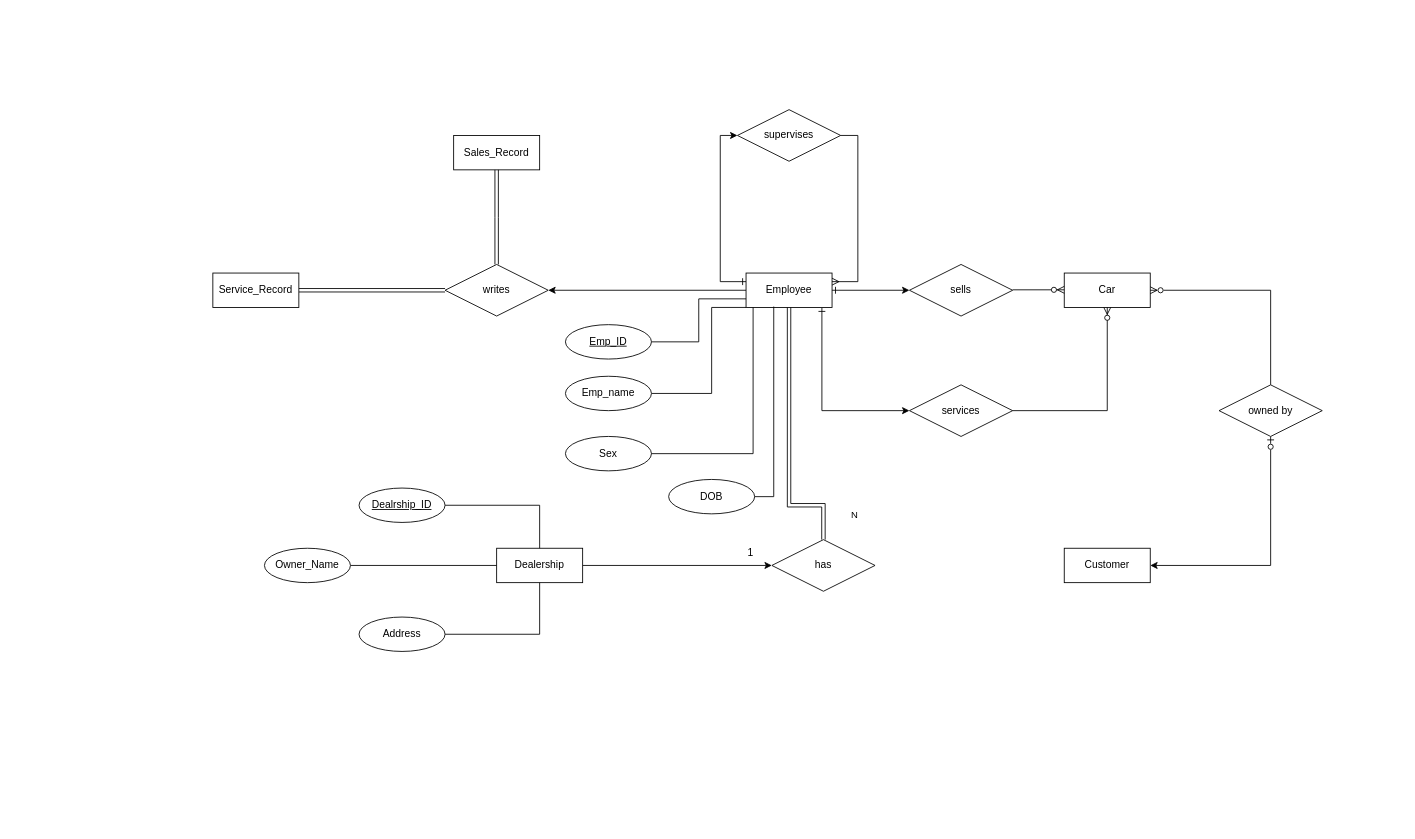
Before: Sales_ERD.drawio in Coder-X15/Bike-Company-Management-System, a draw.io diagram. Source tidied: cells renumbered, new cells numbered last; positions are measured from the earlier drawing's top-left corner, leaving out a move shared by most shapes. Both pictures are drawn from the tidied source at 86%, with x=0, y=0 at pixel (212, 109).
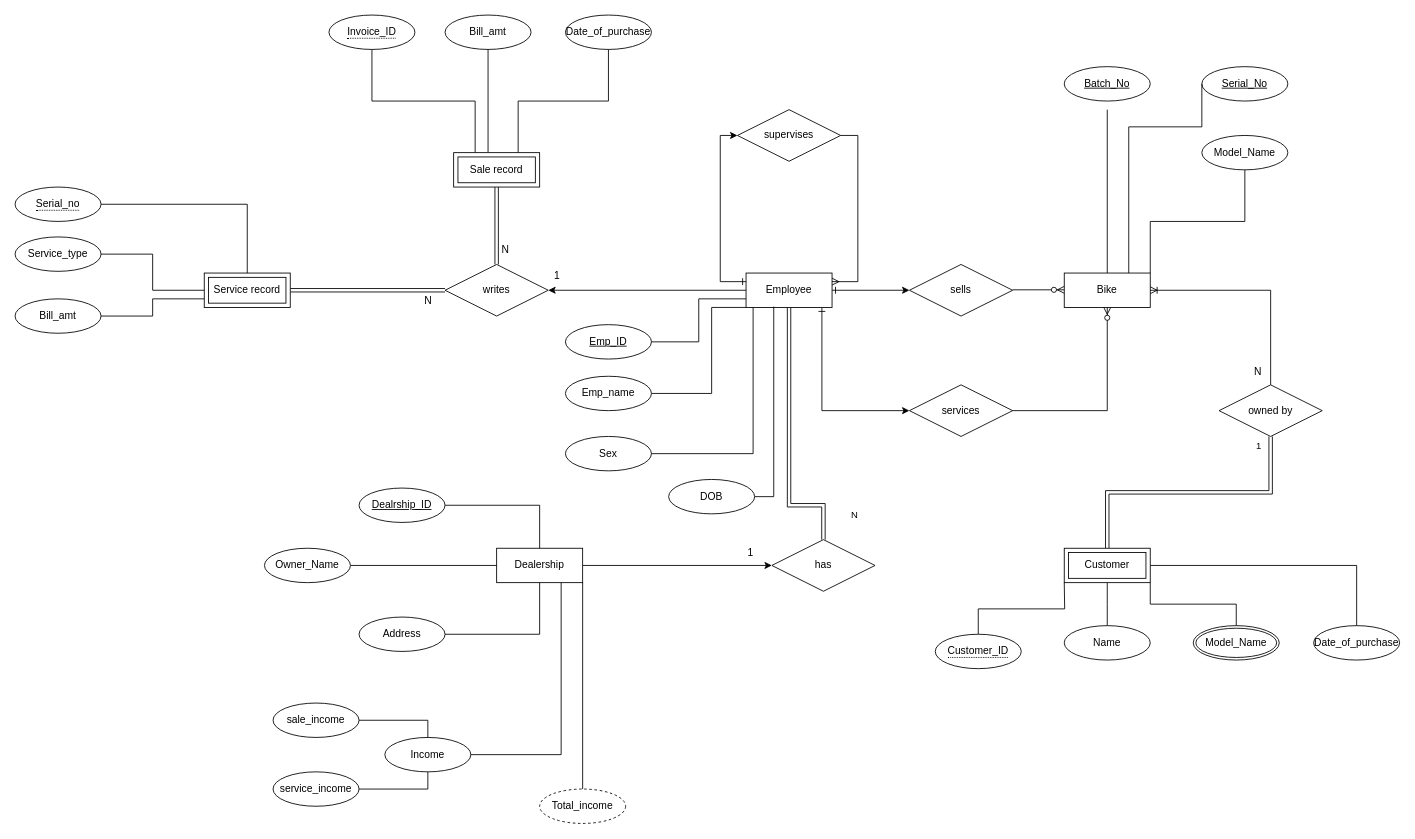
The same page after the edit.

The change refers to these unchanged cells:
```xml
<mxCell id="3" value="Dealership" style="whiteSpace=wrap;html=1;align=center;" parent="1" vertex="1">
  <mxGeometry x="330" y="510" width="100" height="40" as="geometry" />
</mxCell>
<mxCell id="21" value="owned by" style="shape=rhombus;perimeter=rhombusPerimeter;whiteSpace=wrap;html=1;align=center;" parent="1" vertex="1">
  <mxGeometry x="1170" y="320" width="120" height="60" as="geometry" />
</mxCell>
<mxCell id="24" value="writes" style="shape=rhombus;perimeter=rhombusPerimeter;whiteSpace=wrap;html=1;align=center;" parent="1" vertex="1">
  <mxGeometry x="270" y="180" width="120" height="60" as="geometry" />
</mxCell>
```

Change to the diagram source:
```diff
@@
-    <mxCell id="4" style="edgeStyle=orthogonalEdgeStyle;rounded=0;jettySize=auto;html=1;exitX=0.5;exitY=1;exitDx=0;exitDy=0;entryX=1;entryY=0.5;entryDx=0;entryDy=0;startArrow=ERzeroToOne;startFill=0;" parent="1" edge="1" source="21" target="5">
+    <mxCell id="4" style="edgeStyle=orthogonalEdgeStyle;rounded=0;jettySize=auto;html=1;exitX=0.5;exitY=1;exitDx=0;exitDy=0;entryX=0.5;entryY=0;entryDx=0;entryDy=0;startArrow=ERzeroToOne;startFill=0;shape=link;" parent="1" edge="1" source="21" target="5">
       <mxGeometry relative="1" as="geometry" />
     </mxCell>
-    <mxCell id="5" value="Customer" style="whiteSpace=wrap;html=1;align=center;" parent="1" vertex="1">
-      <mxGeometry x="990" y="510" width="100" height="40" as="geometry" />
-    </mxCell>
+    <mxCell id="43" value="1" style="edgeLabel;html=1;align=center;verticalAlign=middle;" parent="4" vertex="1">
+      <mxGeometry x="0.74" y="-39" relative="1" as="geometry">
+        <mxPoint x="214" y="-78" as="offset" />
+      </mxGeometry>
+    </mxCell>
@@
-    <mxCell id="11" value="Car" style="whiteSpace=wrap;html=1;align=center;" parent="1" vertex="1">
+    <mxCell id="11" value="Bike" style="whiteSpace=wrap;html=1;align=center;" parent="1" vertex="1">
       <mxGeometry x="990" y="190" width="100" height="40" as="geometry" />
     </mxCell>
-    <mxCell id="12" value="Sales_Record" style="whiteSpace=wrap;html=1;align=center;" parent="1" vertex="1">
-      <mxGeometry x="280" y="30" width="100" height="40" as="geometry" />
-    </mxCell>
@@
-    <mxCell id="20" style="edgeStyle=orthogonalEdgeStyle;rounded=0;jettySize=auto;html=1;exitX=0.5;exitY=0;exitDx=0;exitDy=0;entryX=1;entryY=0.5;entryDx=0;entryDy=0;endArrow=ERzeroToMany;endFill=0;" parent="1" edge="1" source="21" target="11">
+    <mxCell id="20" style="edgeStyle=orthogonalEdgeStyle;rounded=0;jettySize=auto;html=1;exitX=0.5;exitY=0;exitDx=0;exitDy=0;entryX=1;entryY=0.5;entryDx=0;entryDy=0;endArrow=ERoneToMany;endFill=0;startArrow=none;startFill=0;" parent="1" edge="1" source="21" target="11">
       <mxGeometry relative="1" as="geometry" />
     </mxCell>
@@
-    <mxCell id="22" style="edgeStyle=orthogonalEdgeStyle;rounded=0;jettySize=auto;html=1;exitX=0.5;exitY=0;exitDx=0;exitDy=0;shape=link;endWidth=11;" parent="1" edge="1" source="24">
-      <mxGeometry relative="1" as="geometry">
-        <mxPoint x="330" y="70" as="targetPoint" />
-      </mxGeometry>
+    <mxCell id="22" style="edgeStyle=orthogonalEdgeStyle;rounded=0;jettySize=auto;html=1;exitX=0.5;exitY=0;exitDx=0;exitDy=0;shape=link;endWidth=11;entryX=0.5;entryY=1;entryDx=0;entryDy=0;" parent="1" edge="1" source="24" target="68">
+      <mxGeometry relative="1" as="geometry" />
     </mxCell>
-    <mxCell id="23" style="edgeStyle=orthogonalEdgeStyle;rounded=0;jettySize=auto;html=1;exitX=0;exitY=0.5;exitDx=0;exitDy=0;shape=link;endWidth=18;" parent="1" edge="1" source="24" target="25">
+    <mxCell id="23" style="edgeStyle=orthogonalEdgeStyle;rounded=0;jettySize=auto;html=1;exitX=0;exitY=0.5;exitDx=0;exitDy=0;shape=link;endWidth=18;entryX=1;entryY=0.5;entryDx=0;entryDy=0;" parent="1" edge="1" source="24" target="69">
       <mxGeometry relative="1" as="geometry" />
     </mxCell>
@@
-    <mxCell id="25" value="Service_Record" style="whiteSpace=wrap;html=1;align=center;" parent="1" vertex="1">
-      <mxGeometry y="190" width="100" height="40" as="geometry" />
-    </mxCell>
@@
+    <mxCell id="44" style="edgeStyle=orthogonalEdgeStyle;rounded=0;jettySize=auto;html=1;exitX=0.5;exitY=0;exitDx=0;exitDy=0;entryX=0;entryY=1;entryDx=0;entryDy=0;endArrow=none;endFill=0;" parent="1" edge="1" source="54">
+      <mxGeometry relative="1" as="geometry">
+        <mxPoint x="990" y="550" as="targetPoint" />
+      </mxGeometry>
+    </mxCell>
+    <mxCell id="45" style="edgeStyle=orthogonalEdgeStyle;rounded=0;jettySize=auto;html=1;exitX=0.5;exitY=0;exitDx=0;exitDy=0;entryX=0.5;entryY=1;entryDx=0;entryDy=0;endArrow=none;endFill=0;" parent="1" edge="1" source="46">
+      <mxGeometry relative="1" as="geometry">
+        <mxPoint x="1040" y="550" as="targetPoint" />
+      </mxGeometry>
+    </mxCell>
+    <mxCell id="46" value="Name" style="ellipse;whiteSpace=wrap;html=1;align=center;" parent="1" vertex="1">
+      <mxGeometry x="990" y="600" width="100" height="40" as="geometry" />
+    </mxCell>
+    <mxCell id="47" value="N" style="text;html=1;align=center;verticalAlign=middle;strokeColor=none;fillColor=none;" parent="1" vertex="1">
+      <mxGeometry x="1200" y="290" width="30" height="30" as="geometry" />
+    </mxCell>
+    <mxCell id="5" value="Customer" style="shape=ext;margin=3;double=1;whiteSpace=wrap;html=1;align=center;" parent="1" vertex="1">
+      <mxGeometry x="990" y="510" width="100" height="40" as="geometry" />
+    </mxCell>
+    <mxCell id="48" value="Serial_No" style="ellipse;whiteSpace=wrap;html=1;align=center;fontStyle=4;" parent="1" vertex="1">
+      <mxGeometry x="1150" y="-50" width="100" height="40" as="geometry" />
+    </mxCell>
+    <mxCell id="49" value="Model_Name" style="ellipse;whiteSpace=wrap;html=1;align=center;" parent="1" vertex="1">
+      <mxGeometry x="1150" y="30" width="100" height="40" as="geometry" />
+    </mxCell>
+    <mxCell id="50" value="Batch_No" style="ellipse;whiteSpace=wrap;html=1;align=center;fontStyle=4;" parent="1" vertex="1">
+      <mxGeometry x="990" y="-50" width="100" height="40" as="geometry" />
+    </mxCell>
+    <mxCell id="51" style="endArrow=none;html=1;rounded=0;exitX=0.5;exitY=0;exitDx=0;exitDy=0;" parent="1" edge="1" source="11">
+      <mxGeometry relative="1" as="geometry">
+        <mxPoint x="1040" as="targetPoint" />
+      </mxGeometry>
+    </mxCell>
+    <mxCell id="52" style="endArrow=none;html=1;rounded=0;exitX=0.75;exitY=0;exitDx=0;exitDy=0;entryX=0;entryY=0.5;entryDx=0;entryDy=0;edgeStyle=orthogonalEdgeStyle;" parent="1" edge="1" source="11" target="48">
+      <mxGeometry relative="1" as="geometry">
+        <Array as="points">
+          <mxPoint x="1065" y="20" />
+          <mxPoint x="1150" y="20" />
+        </Array>
+      </mxGeometry>
+    </mxCell>
+    <mxCell id="53" style="endArrow=none;html=1;rounded=0;exitX=1;exitY=0;exitDx=0;exitDy=0;entryX=0.5;entryY=1;entryDx=0;entryDy=0;edgeStyle=orthogonalEdgeStyle;" parent="1" edge="1" source="11" target="49">
+      <mxGeometry relative="1" as="geometry" />
+    </mxCell>
+    <mxCell id="54" value="&lt;span style=&quot;border-bottom: 1px dotted&quot;&gt;Customer_ID&lt;/span&gt;" style="ellipse;whiteSpace=wrap;html=1;align=center;" parent="1" vertex="1">
+      <mxGeometry x="840" y="610" width="100" height="40" as="geometry" />
+    </mxCell>
+    <mxCell id="55" value="Model_Name" style="ellipse;shape=doubleEllipse;margin=3;whiteSpace=wrap;html=1;align=center;" parent="1" vertex="1">
+      <mxGeometry x="1140" y="600" width="100" height="40" as="geometry" />
+    </mxCell>
+    <mxCell id="56" style="endArrow=none;html=1;rounded=0;entryX=0.5;entryY=0;entryDx=0;entryDy=0;exitX=1;exitY=1;exitDx=0;exitDy=0;edgeStyle=orthogonalEdgeStyle;" parent="1" edge="1" source="5" target="55">
+      <mxGeometry relative="1" as="geometry" />
+    </mxCell>
+    <mxCell id="57" value="Date_of_purchase" style="ellipse;whiteSpace=wrap;html=1;align=center;" parent="1" vertex="1">
+      <mxGeometry x="1280" y="600" width="100" height="40" as="geometry" />
+    </mxCell>
+    <mxCell id="58" style="endArrow=none;html=1;rounded=0;exitX=1;exitY=0.5;exitDx=0;exitDy=0;entryX=0.5;entryY=0;entryDx=0;entryDy=0;edgeStyle=orthogonalEdgeStyle;" parent="1" edge="1" source="5" target="57">
+      <mxGeometry relative="1" as="geometry" />
+    </mxCell>
+    <mxCell id="59" value="N" style="text;html=1;align=center;verticalAlign=middle;strokeColor=none;fillColor=none;" parent="1" vertex="1">
+      <mxGeometry x="325" y="148" width="30" height="30" as="geometry" />
+    </mxCell>
+    <mxCell id="60" value="N" style="text;html=1;align=center;verticalAlign=middle;strokeColor=none;fillColor=none;" parent="1" vertex="1">
+      <mxGeometry x="235" y="208" width="30" height="30" as="geometry" />
+    </mxCell>
+    <mxCell id="61" value="1" style="text;html=1;align=center;verticalAlign=middle;strokeColor=none;fillColor=none;" parent="1" vertex="1">
+      <mxGeometry x="385" y="178" width="30" height="30" as="geometry" />
+    </mxCell>
+    <mxCell id="62" value="Bill_amt" style="ellipse;whiteSpace=wrap;html=1;align=center;" parent="1" vertex="1">
+      <mxGeometry x="270" y="-110" width="100" height="40" as="geometry" />
+    </mxCell>
+    <mxCell id="63" value="Date_of_purchase" style="ellipse;whiteSpace=wrap;html=1;align=center;" parent="1" vertex="1">
+      <mxGeometry x="410" y="-110" width="100" height="40" as="geometry" />
+    </mxCell>
+    <mxCell id="64" style="endArrow=none;html=1;rounded=0;exitX=0.5;exitY=1;exitDx=0;exitDy=0;entryX=0.4;entryY=0;entryDx=0;entryDy=0;edgeStyle=orthogonalEdgeStyle;entryPerimeter=0;" parent="1" edge="1" source="62" target="68">
+      <mxGeometry relative="1" as="geometry" />
+    </mxCell>
+    <mxCell id="65" style="endArrow=none;html=1;rounded=0;entryX=0.5;entryY=1;entryDx=0;entryDy=0;edgeStyle=orthogonalEdgeStyle;exitX=0.75;exitY=0;exitDx=0;exitDy=0;" parent="1" edge="1" source="68" target="63">
+      <mxGeometry relative="1" as="geometry" />
+    </mxCell>
+    <mxCell id="66" style="endArrow=none;html=1;rounded=0;entryX=0.25;entryY=0;entryDx=0;entryDy=0;exitX=0.5;exitY=1;exitDx=0;exitDy=0;edgeStyle=orthogonalEdgeStyle;" parent="1" edge="1" source="67" target="68">
+      <mxGeometry relative="1" as="geometry" />
+    </mxCell>
+    <mxCell id="67" value="&lt;span style=&quot;border-bottom: 1px dotted&quot;&gt;Invoice_ID&lt;/span&gt;" style="ellipse;whiteSpace=wrap;html=1;align=center;" parent="1" vertex="1">
+      <mxGeometry x="135" y="-110" width="100" height="40" as="geometry" />
+    </mxCell>
+    <mxCell id="68" value="Sale record" style="shape=ext;margin=3;double=1;whiteSpace=wrap;html=1;align=center;" parent="1" vertex="1">
+      <mxGeometry x="280" y="50" width="100" height="40" as="geometry" />
+    </mxCell>
+    <mxCell id="69" value="Service record" style="shape=ext;margin=3;double=1;whiteSpace=wrap;html=1;align=center;" parent="1" vertex="1">
+      <mxGeometry x="-10" y="190" width="100" height="40" as="geometry" />
+    </mxCell>
+    <mxCell id="70" value="&lt;span style=&quot;border-bottom: 1px dotted&quot;&gt;Serial_no&lt;/span&gt;" style="ellipse;whiteSpace=wrap;html=1;align=center;" parent="1" vertex="1">
+      <mxGeometry x="-230" y="90" width="100" height="40" as="geometry" />
+    </mxCell>
+    <mxCell id="71" value="Service_type" style="ellipse;whiteSpace=wrap;html=1;align=center;" parent="1" vertex="1">
+      <mxGeometry x="-230" y="148" width="100" height="40" as="geometry" />
+    </mxCell>
+    <mxCell id="72" value="Bill_amt" style="ellipse;whiteSpace=wrap;html=1;align=center;" parent="1" vertex="1">
+      <mxGeometry x="-230" y="220" width="100" height="40" as="geometry" />
+    </mxCell>
+    <mxCell id="73" style="endArrow=none;html=1;rounded=0;entryX=0.5;entryY=0;entryDx=0;entryDy=0;edgeStyle=orthogonalEdgeStyle;" parent="1" edge="1" source="70" target="69">
+      <mxGeometry relative="1" as="geometry" />
+    </mxCell>
+    <mxCell id="74" style="endArrow=none;html=1;rounded=0;exitX=1;exitY=0.5;exitDx=0;exitDy=0;entryX=0;entryY=0.5;entryDx=0;entryDy=0;edgeStyle=orthogonalEdgeStyle;" parent="1" edge="1" source="71" target="69">
+      <mxGeometry relative="1" as="geometry" />
+    </mxCell>
+    <mxCell id="75" style="endArrow=none;html=1;rounded=0;exitX=1;exitY=0.5;exitDx=0;exitDy=0;entryX=0;entryY=0.75;entryDx=0;entryDy=0;edgeStyle=orthogonalEdgeStyle;" parent="1" edge="1" source="72" target="69">
+      <mxGeometry relative="1" as="geometry" />
+    </mxCell>
+    <mxCell id="76" value="Income" style="ellipse;whiteSpace=wrap;html=1;align=center;" parent="1" vertex="1">
+      <mxGeometry x="200" y="730" width="100" height="40" as="geometry" />
+    </mxCell>
+    <mxCell id="77" style="endArrow=none;html=1;rounded=0;exitX=1;exitY=0.5;exitDx=0;exitDy=0;entryX=0.75;entryY=1;entryDx=0;entryDy=0;edgeStyle=orthogonalEdgeStyle;" parent="1" edge="1" source="76" target="3">
+      <mxGeometry relative="1" as="geometry" />
+    </mxCell>
+    <mxCell id="78" value="sale_income" style="ellipse;whiteSpace=wrap;html=1;align=center;" parent="1" vertex="1">
+      <mxGeometry x="70" y="690" width="100" height="40" as="geometry" />
+    </mxCell>
+    <mxCell id="79" value="service_income" style="ellipse;whiteSpace=wrap;html=1;align=center;" parent="1" vertex="1">
+      <mxGeometry x="70" y="770" width="100" height="40" as="geometry" />
+    </mxCell>
+    <mxCell id="80" style="endArrow=none;html=1;rounded=0;entryX=0.5;entryY=0;entryDx=0;entryDy=0;exitX=1;exitY=0.5;exitDx=0;exitDy=0;edgeStyle=orthogonalEdgeStyle;" parent="1" edge="1" source="78" target="76">
+      <mxGeometry relative="1" as="geometry" />
+    </mxCell>
+    <mxCell id="81" style="endArrow=none;html=1;rounded=0;exitX=1;exitY=0.5;exitDx=0;exitDy=0;entryX=0.5;entryY=1;entryDx=0;entryDy=0;edgeStyle=orthogonalEdgeStyle;" parent="1" edge="1" source="79" target="76">
+      <mxGeometry relative="1" as="geometry" />
+    </mxCell>
+    <mxCell id="82" value="Total_income" style="ellipse;whiteSpace=wrap;html=1;align=center;dashed=1;" parent="1" vertex="1">
+      <mxGeometry x="380" y="790" width="100" height="40" as="geometry" />
+    </mxCell>
+    <mxCell id="83" style="endArrow=none;html=1;rounded=0;exitX=1;exitY=1;exitDx=0;exitDy=0;entryX=0.5;entryY=0;entryDx=0;entryDy=0;" parent="1" edge="1" source="3" target="82">
+      <mxGeometry relative="1" as="geometry" />
+    </mxCell>
```
